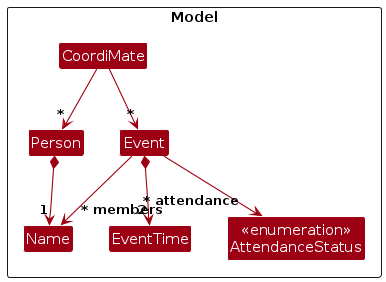
The PlantUML diagram diagrams/EventClassDiagram.png in AY2627S1-CS2103T-W12-3/tp, before a commit. Its source is kept beside it as diagrams/EventClassDiagram.puml. Its diagram source:
```plantuml
@startuml
!include style.puml
skinparam arrowThickness 1.1
skinparam arrowColor MODEL_COLOR
skinparam classBackgroundColor MODEL_COLOR

Package Model as ModelPackage <<Rectangle>>{
Class CoordiMate
Class Person
Class Name
Class Event
Class EventTime
Class "<<enumeration>>\nAttendanceStatus" as AttendanceStatus
}

CoordiMate --> "~*" Person
CoordiMate --> "~*" Event

Person *--> "1" Name

Event *--> "2" EventTime
Event --> "~* members" Name
Event --> "~* attendance" AttendanceStatus

Person -[hidden]right-> Event
EventTime -[hidden]right-> AttendanceStatus
@enduml
```
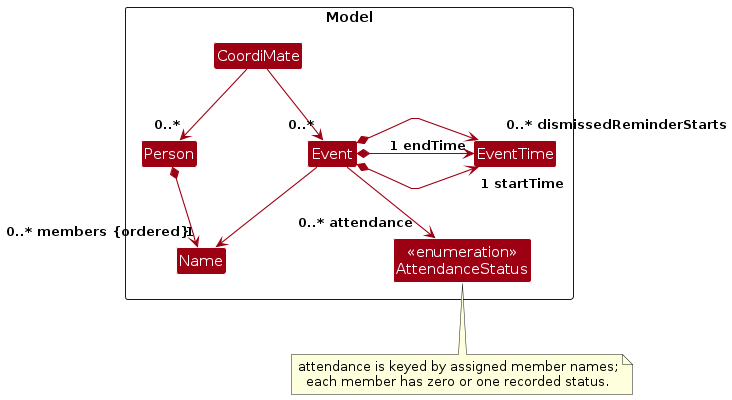
Later version of the same file.

What changed in the source:
```diff
@@ -3,6 +3,9 @@
 skinparam arrowThickness 1.1
 skinparam arrowColor MODEL_COLOR
 skinparam classBackgroundColor MODEL_COLOR
+skinparam nodesep 110
+skinparam ranksep 70
+skinparam linetype polyline
 
 Package Model as ModelPackage <<Rectangle>>{
 Class CoordiMate
@@ -13,14 +16,21 @@
 Class "<<enumeration>>\nAttendanceStatus" as AttendanceStatus
 }
 
-CoordiMate --> "~*" Person
-CoordiMate --> "~*" Event
+CoordiMate --> "0..*" Person
+CoordiMate --> "0..*" Event
 
 Person *--> "1" Name
 
-Event *--> "2" EventTime
-Event --> "~* members" Name
-Event --> "~* attendance" AttendanceStatus
+Event *--right--> "1 endTime" EventTime : \n
+Event *--right--> "1 startTime" EventTime : \n
+Event *--right--> "0..* dismissedReminderStarts" EventTime : \n
+Event --> "0..* members {ordered}" Name
+Event --> "0..* attendance" AttendanceStatus
+
+note bottom of AttendanceStatus
+  attendance is keyed by assigned member names;
+  each member has zero or one recorded status.
+end note
 
 Person -[hidden]right-> Event
 EventTime -[hidden]right-> AttendanceStatus
```
